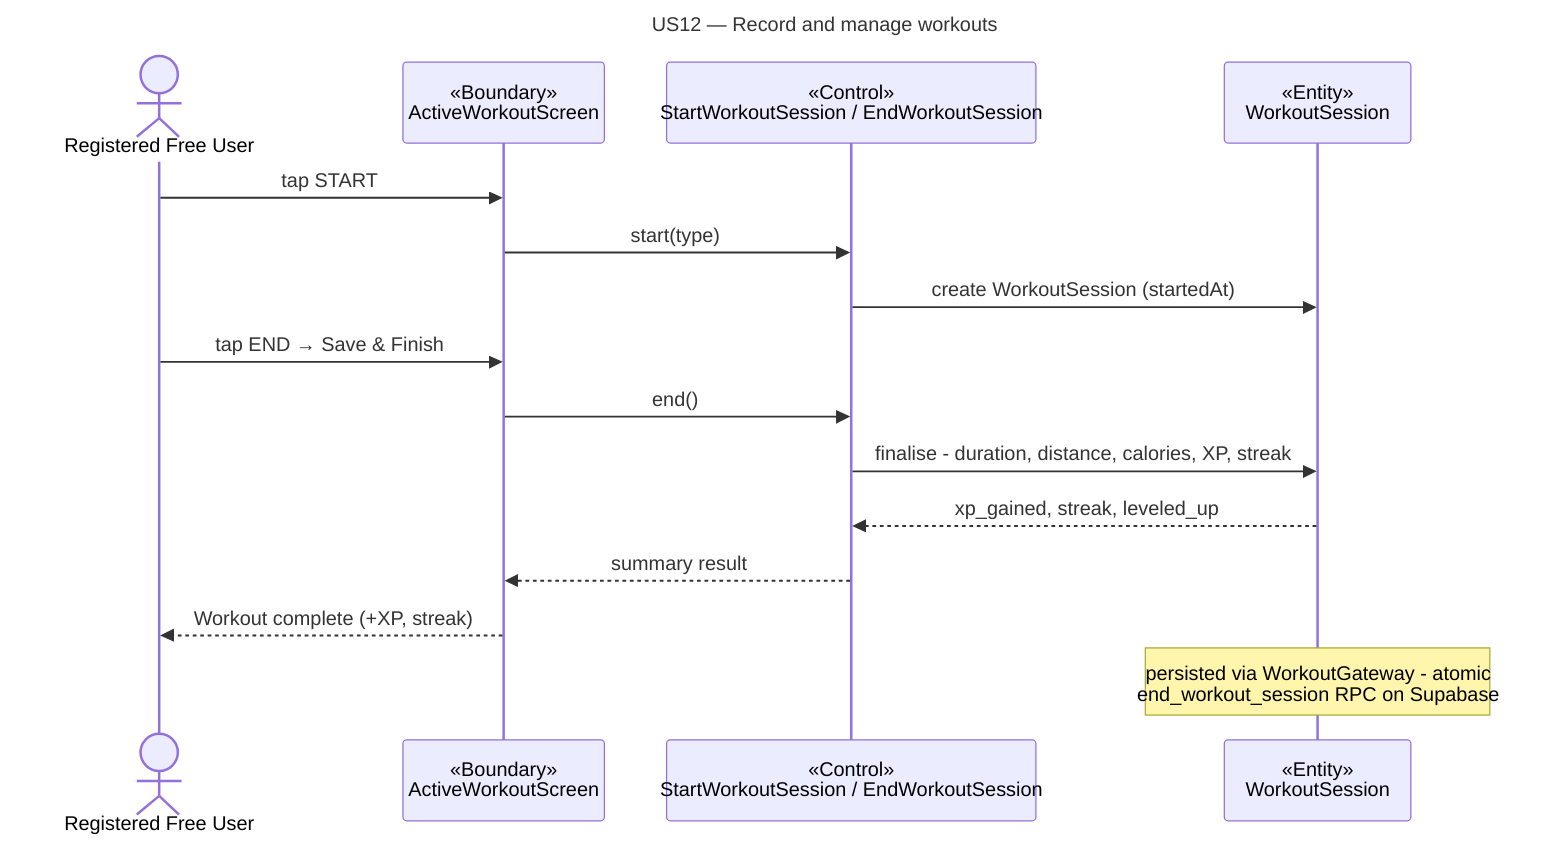
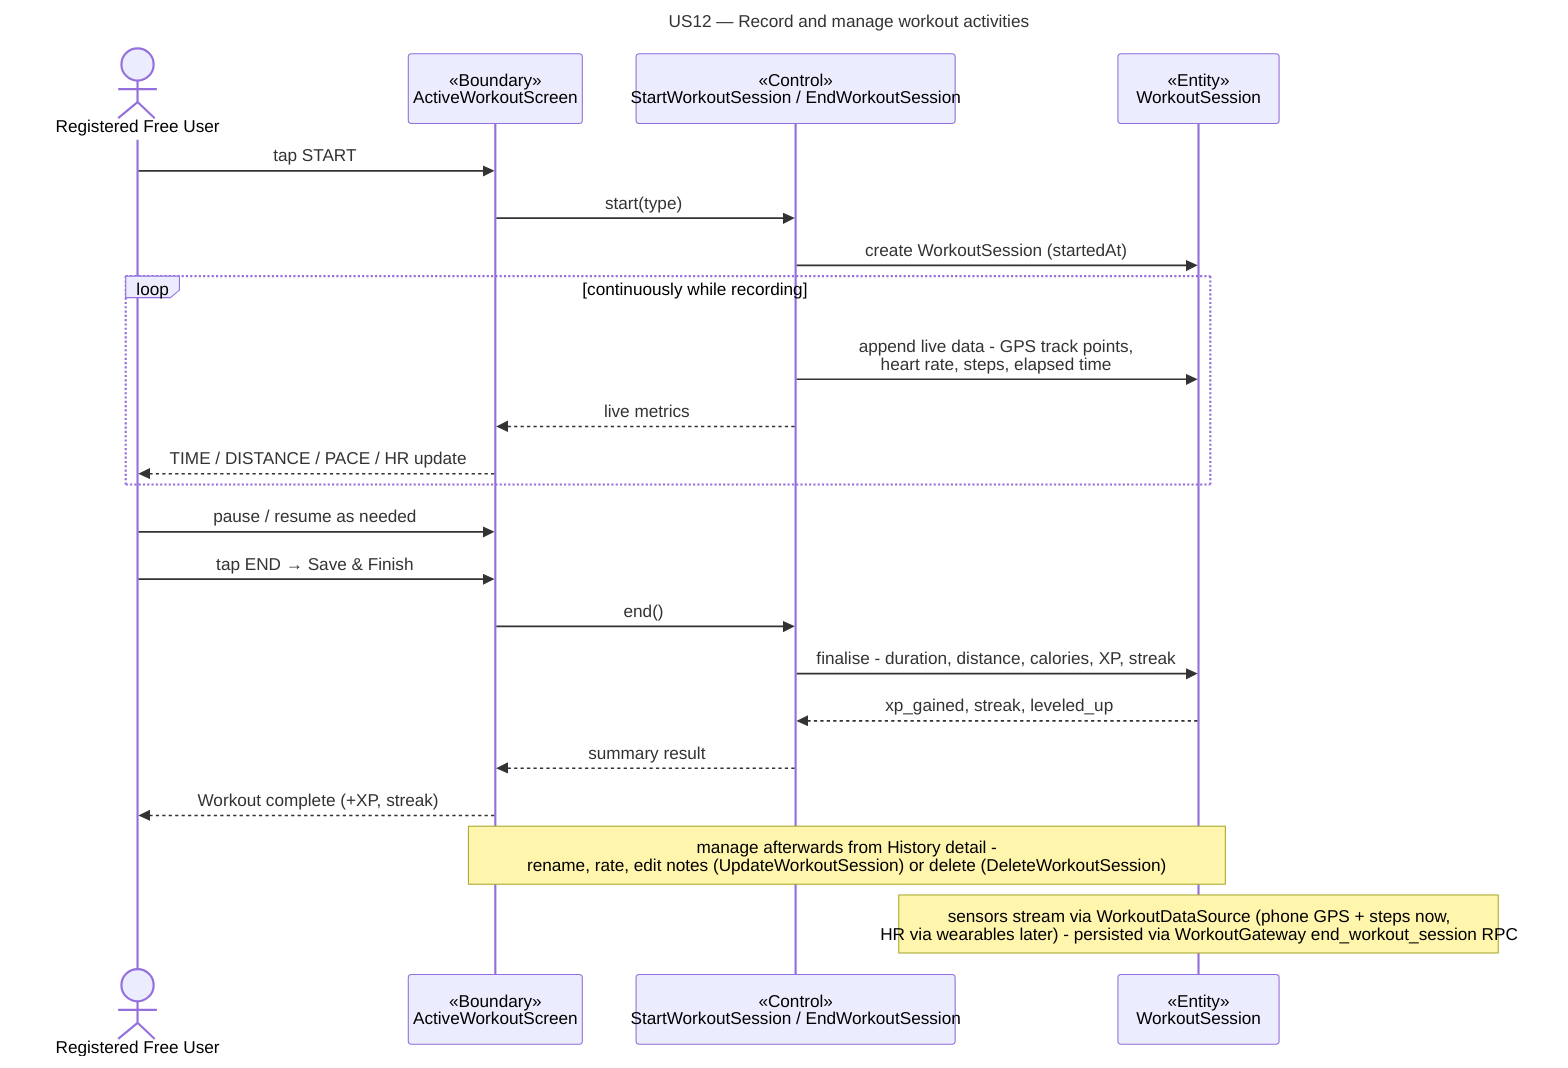
---
- title: "US12 — Record and manage workouts"
+ title: "US12 — Record and manage workout activities"
---
sequenceDiagram
  actor A as Registered Free User
  participant B as «Boundary»<br/>ActiveWorkoutScreen
  participant C as «Control»<br/>StartWorkoutSession / EndWorkoutSession
  participant E as «Entity»<br/>WorkoutSession
  A->>B: tap START
  B->>C: start(type)
  C->>E: create WorkoutSession (startedAt)
+   loop continuously while recording
+     C->>E: append live data - GPS track points,<br/>heart rate, steps, elapsed time
+     C-->>B: live metrics
+     B-->>A: TIME / DISTANCE / PACE / HR update
+   end
+   A->>B: pause / resume as needed
  A->>B: tap END → Save & Finish
  B->>C: end()
  C->>E: finalise - duration, distance, calories, XP, streak
  E-->>C: xp_gained, streak, leveled_up
  C-->>B: summary result
  B-->>A: Workout complete (+XP, streak)
-   note over E: persisted via WorkoutGateway - atomic<br/>end_workout_session RPC on Supabase
+   note over B,E: manage afterwards from History detail -<br/>rename, rate, edit notes (UpdateWorkoutSession) or delete (DeleteWorkoutSession)
+   note over E: sensors stream via WorkoutDataSource (phone GPS + steps now,<br/>HR via wearables later) - persisted via WorkoutGateway end_workout_session RPC
